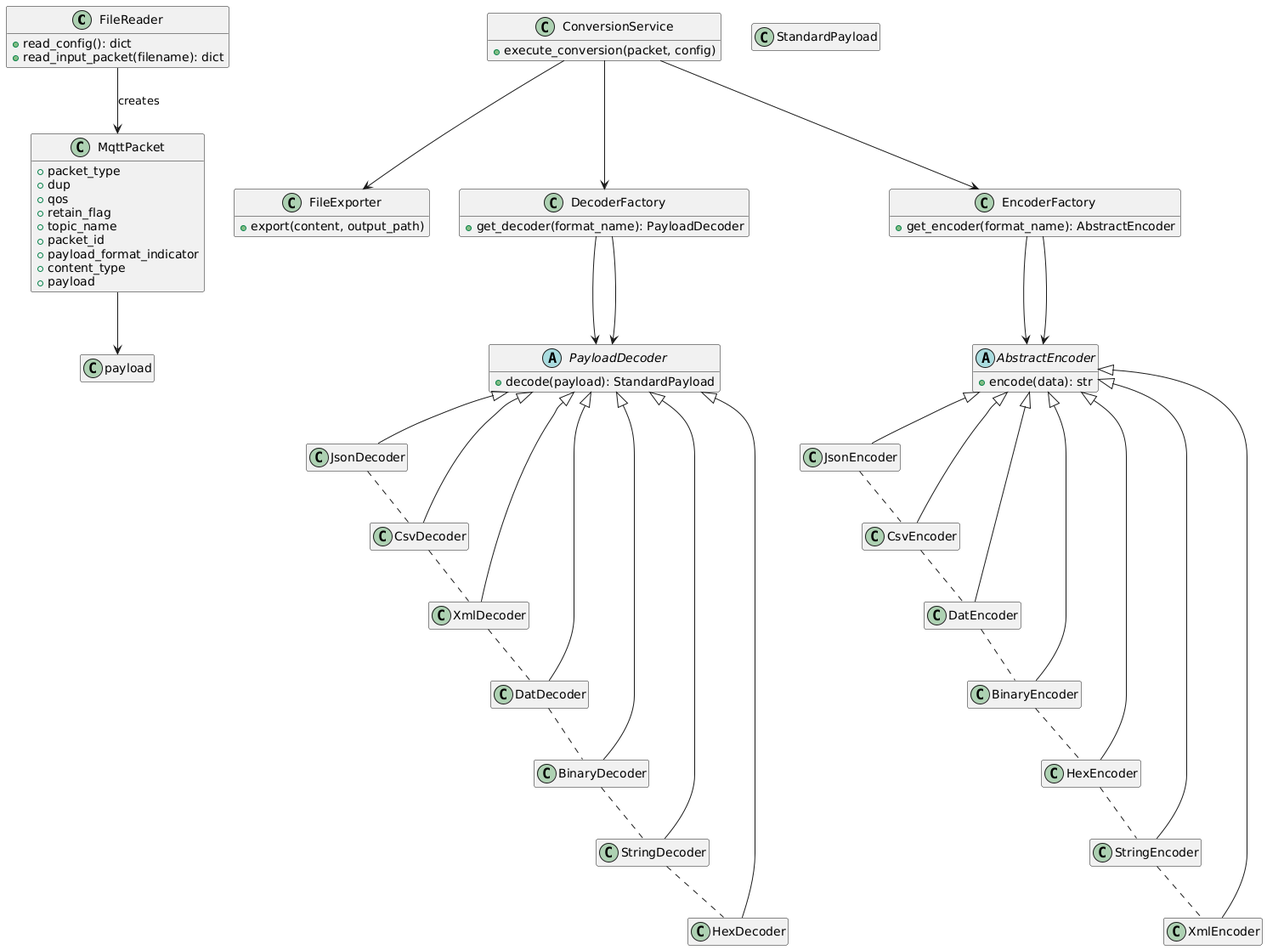
Above: mqtt_converter_project/docs/classdiagram.png in JVZalk/FileConverter-CSI22 (PlantUML), before the change.
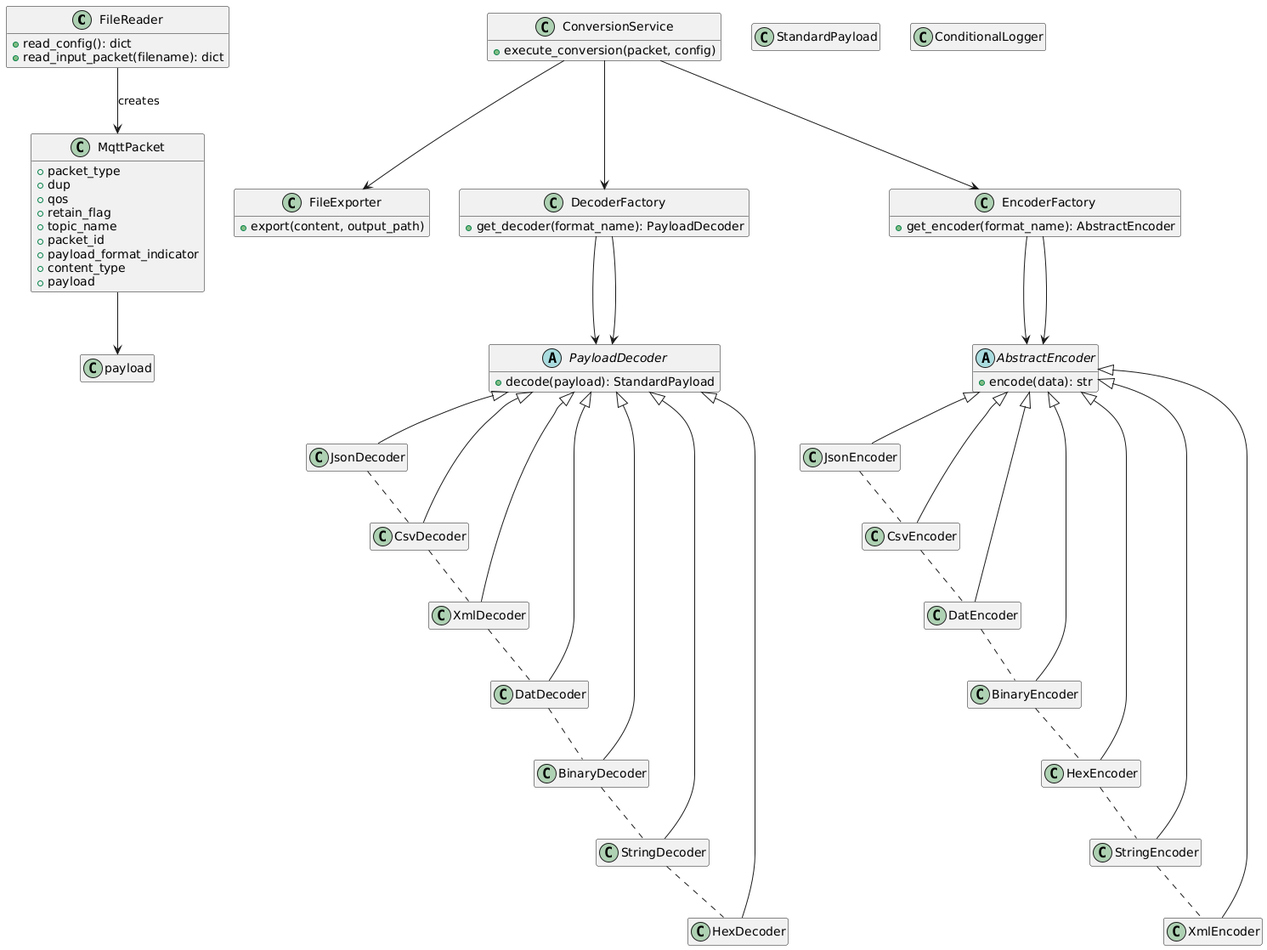
Above is the later version.

Commit message:
updating class diagram

The edit, as a diff of the source:
```diff
@@ -90,6 +90,8 @@
 HexEncoder .down. StringEncoder
 StringEncoder .down. XmlEncoder
 
+class ConditionalLogger
+
 FileReader --> MqttPacket : creates
 ConversionService --> DecoderFactory
 ConversionService --> EncoderFactory
```
